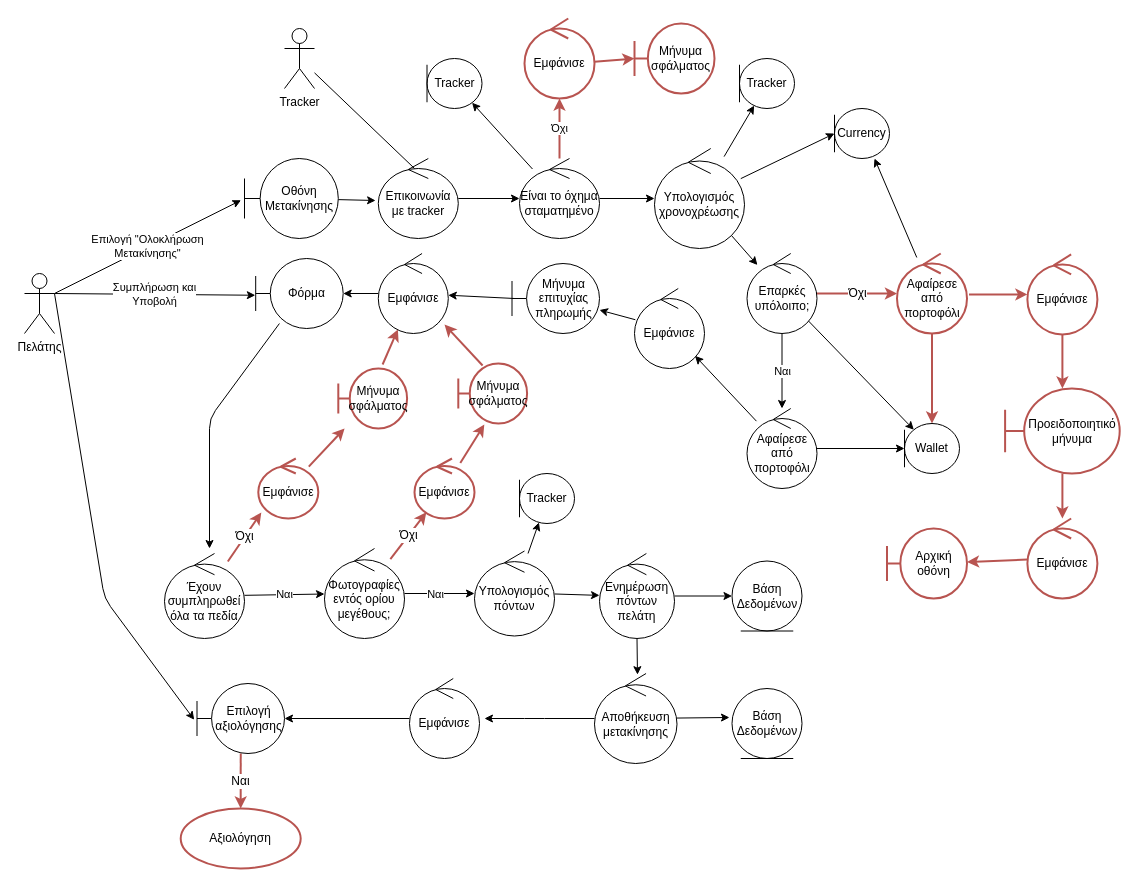
Earlier version of the draw.io diagram Part_2/Robustness/diagrams/03_Ολοκλήρωση_Μετακίνησης.drawio (Nikolis2002/texnoligia_logismikou). Source tidied: cells renumbered, new cells numbered last; positions are measured from the earlier drawing's top-left corner, leaving out a move shared by most shapes. Both pictures are drawn from the tidied source at 100%, with x=0, y=0 at pixel (24, 18).
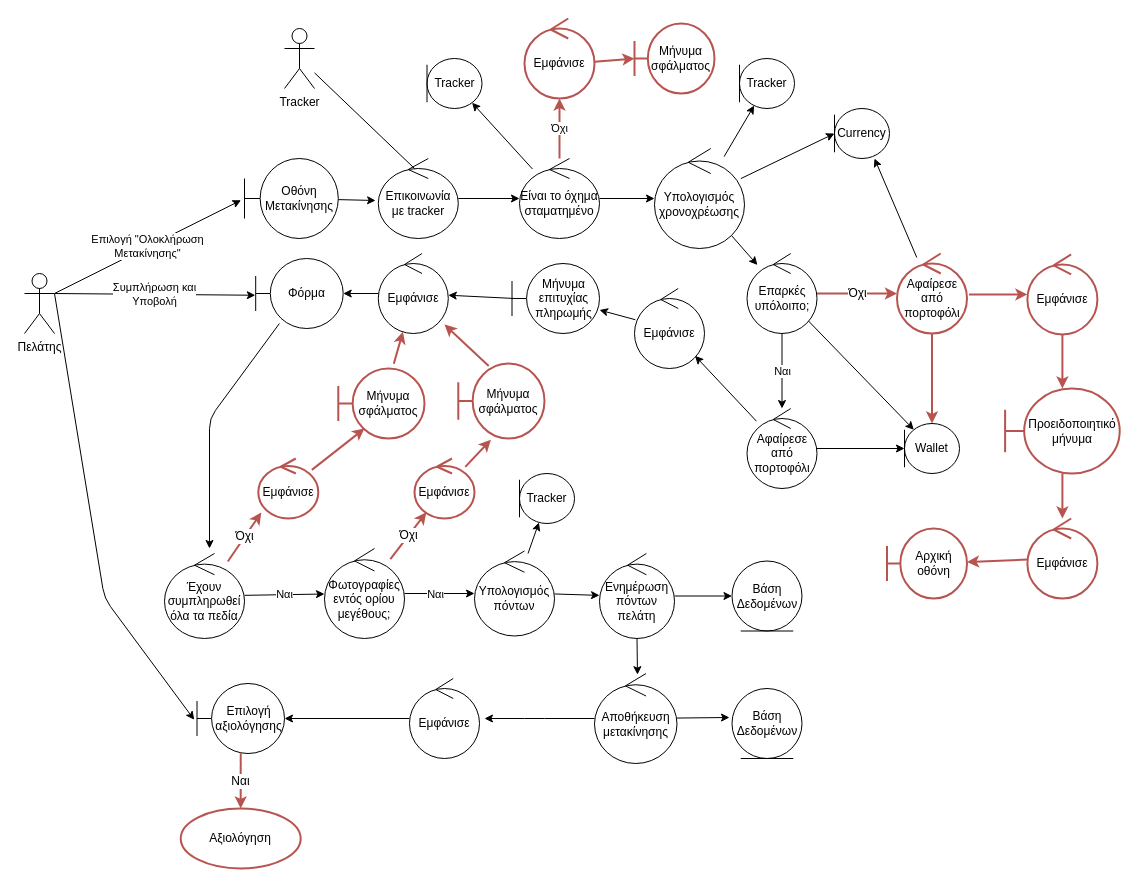
The same diagram, later.

Unchanged cells that the change refers to:
```xml
<mxCell id="61" value="Εμφάνισε" style="ellipse;shape=umlControl;whiteSpace=wrap;html=1;fillColor=none;strokeColor=#b85450;strokeWidth=2;" parent="1" vertex="1">
  <mxGeometry x="233.8" y="440" width="60" height="60" as="geometry" />
</mxCell>
```

Change to the diagram source:
```diff
@@
-    <mxCell id="60" style="edgeStyle=none;html=1;endArrow=classic;endFill=1;fontSize=12;fillColor=none;strokeColor=#b85450;strokeWidth=2;" parent="1" edge="1" source="61" target="63">
-      <mxGeometry relative="1" as="geometry" />
+    <mxCell id="60" style="edgeStyle=none;html=1;endArrow=classic;endFill=1;fontSize=12;fillColor=none;strokeColor=#b85450;strokeWidth=2;" parent="1" edge="1" source="61">
+      <mxGeometry relative="1" as="geometry">
+        <mxPoint x="340" y="410" as="targetPoint" />
+      </mxGeometry>
     </mxCell>
@@
     <mxCell id="63" value="Μήνυμα σφάλματος" style="shape=umlBoundary;whiteSpace=wrap;html=1;fillColor=none;strokeColor=#b85450;strokeWidth=2;" parent="1" vertex="1">
-      <mxGeometry x="313.8" y="350" width="68.8" height="60" as="geometry" />
+      <mxGeometry x="313.8" y="350" width="86.2" height="70" as="geometry" />
     </mxCell>
@@
     <mxCell id="67" value="Μήνυμα σφάλματος" style="shape=umlBoundary;whiteSpace=wrap;html=1;fillColor=none;strokeColor=#b85450;strokeWidth=2;" parent="1" vertex="1">
-      <mxGeometry x="433.8" y="345" width="68.8" height="60" as="geometry" />
+      <mxGeometry x="433.8" y="345" width="86.2" height="75" as="geometry" />
     </mxCell>
```
